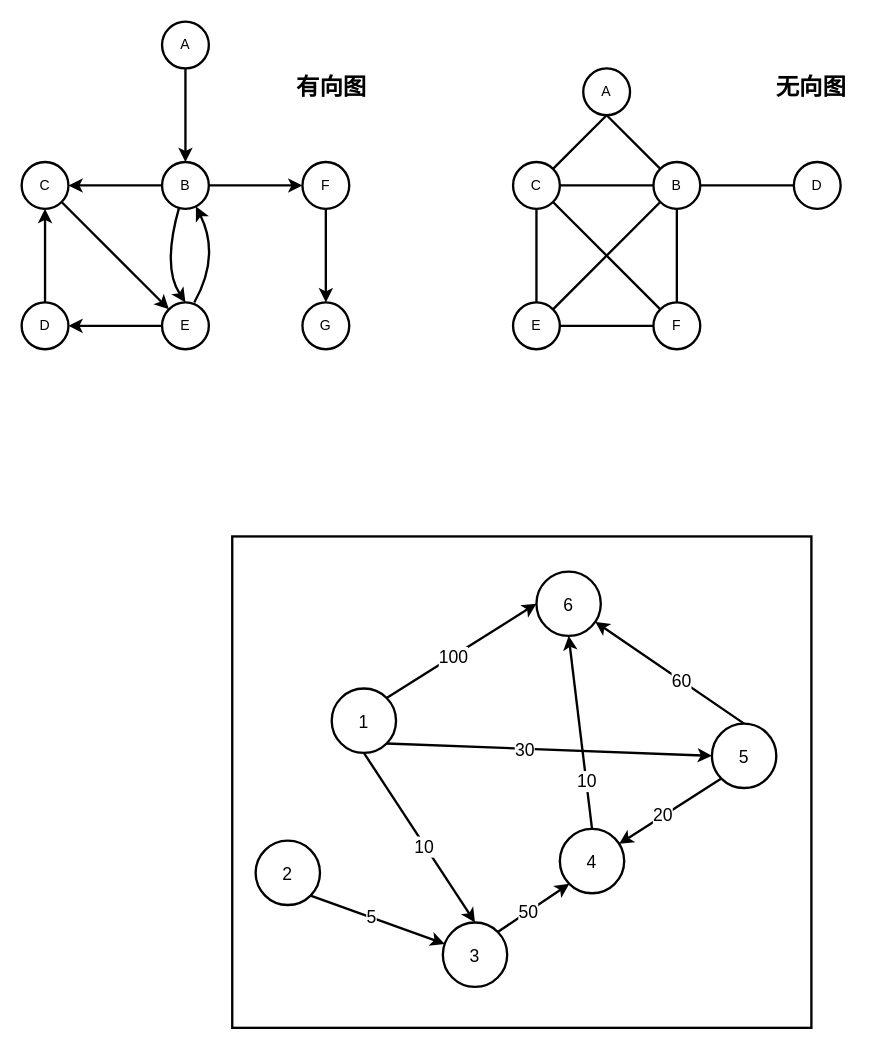
This is page "图论" (1 of 4) of 数据结构与算法/图结构.drawio from LiHuiBin1995/study-java, a draw.io file, before an edit. Source tidied: cells renumbered, new cells numbered last; positions are measured from the earlier drawing's top-left corner, leaving out a move shared by most shapes. Both pictures are drawn from the tidied source at 117%, with x=0, y=0 at pixel (21, 21).
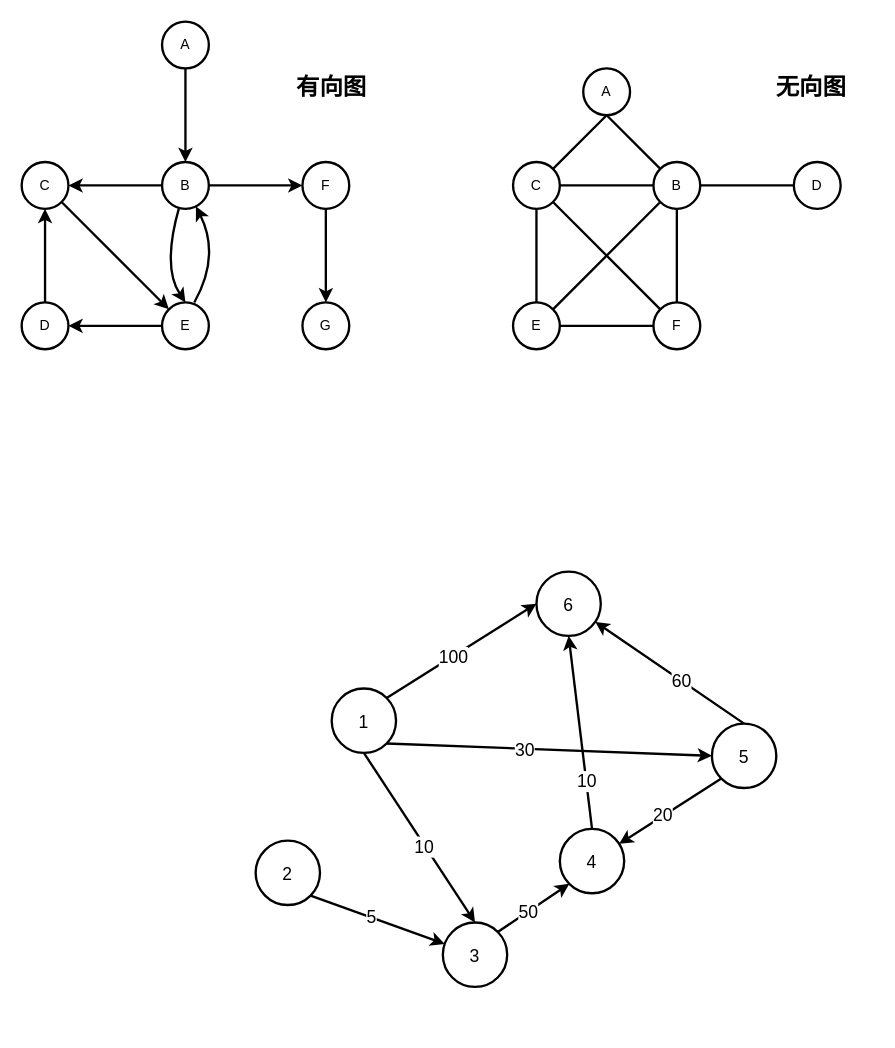
The same page after the edit.

What changed in the source:
```diff
@@
-    <mxCell id="2" style="rounded=0;whiteSpace=wrap;html=1;labelBackgroundColor=none;fontSize=15;fontColor=#000000;strokeWidth=2;" parent="1" vertex="1">
-      <mxGeometry x="180" y="440" width="495" height="420" as="geometry" />
-    </mxCell>
```
